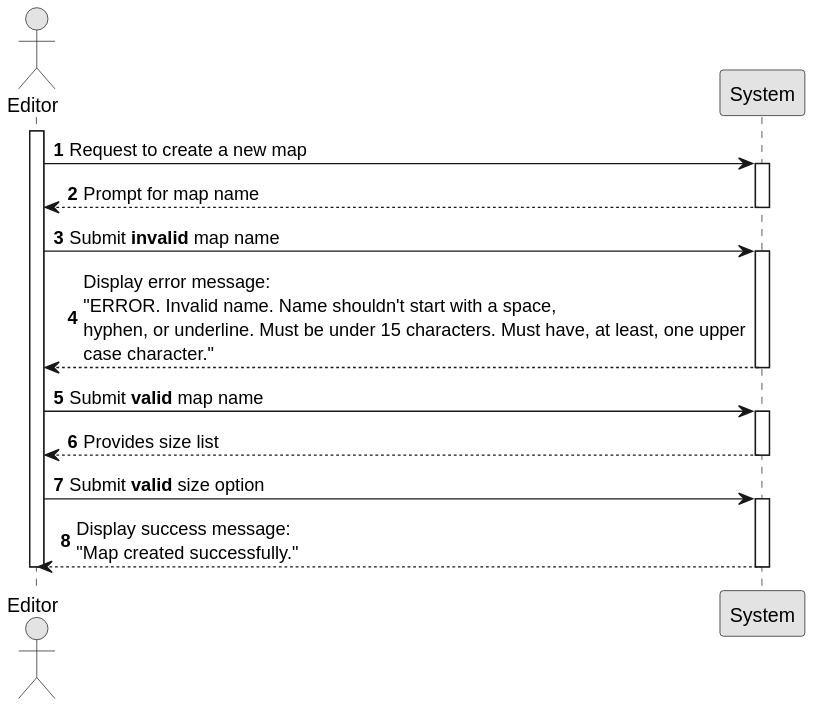
This is docs/sprint3/us001/01.requirements-engineering/svg/us001-system-sequence-diagram-invalid-name.svg from ivasduarte/all-aboard, a PlantUML export, as it was before one commit. Its diagram source:
```plantuml
@startuml
skinparam monochrome true
skinparam packageStyle rectangle
skinparam shadowing false

autonumber

actor "Editor" as Editor
participant "System" as System

activate Editor

    Editor -> System : Request to create a new map
    activate System

    System --> Editor : Prompt for map name
    deactivate System

    Editor -> System : Submit **invalid** map name
    activate System

    System --> Editor: Display error message:\n"ERROR. Invalid name. Name shouldn't start with a space, \nhyphen, or underline. Must be under 15 characters. Must have, at least, one upper\ncase character."
    deactivate System

    Editor -> System: Submit **valid** map name
    activate System

    System --> Editor: Provides size list
    deactivate System

    Editor -> System: Submit **valid** size option
    activate System

    System --> Editor: Display success message:\n"Map created successfully."

    deactivate System
    deactivate Editor
@enduml
```
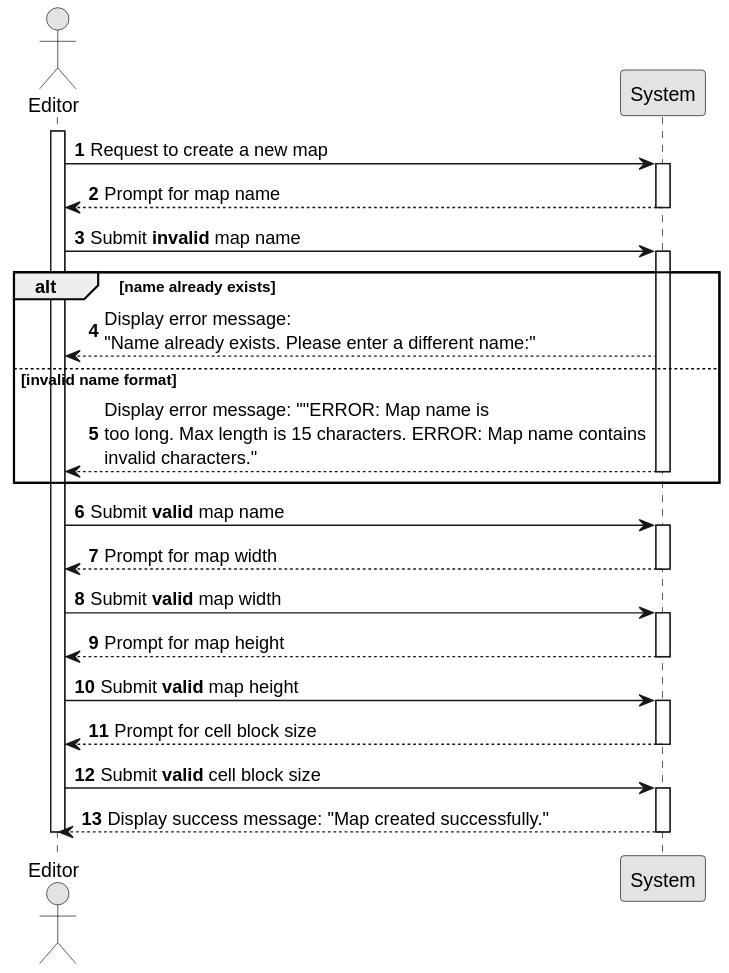
The same diagram one commit later.

Change to the diagram source:
```diff
@@ -19,19 +19,35 @@
     Editor -> System : Submit **invalid** map name
     activate System
 
-    System --> Editor: Display error message:\n"ERROR. Invalid name. Name shouldn't start with a space, \nhyphen, or underline. Must be under 15 characters. Must have, at least, one upper\ncase character."
-    deactivate System
+    alt name already exists
+        System --> Editor: Display error message:\n"Name already exists. Please enter a different name:"
+    else invalid name format
+        System --> Editor : Display error message: ""ERROR: Map name is\ntoo long. Max length is 15 characters. ERROR: Map name contains\ninvalid characters."
+        deactivate System
+    end
 
-    Editor -> System: Submit **valid** map name
-    activate System
+     Editor -> System : Submit **valid** map name
+        activate System
 
-    System --> Editor: Provides size list
-    deactivate System
+        System --> Editor: Prompt for map width
+        deactivate System
 
-    Editor -> System: Submit **valid** size option
-    activate System
+        Editor -> System: Submit **valid** map width
+        activate System
 
-    System --> Editor: Display success message:\n"Map created successfully."
+        System --> Editor: Prompt for map height
+        deactivate System
+
+        Editor -> System: Submit **valid** map height
+        activate System
+
+        System --> Editor: Prompt for cell block size
+        deactivate System
+
+        Editor -> System: Submit **valid** cell block size
+        activate System
+
+        System --> Editor: Display success message: "Map created successfully."
 
     deactivate System
     deactivate Editor
```
